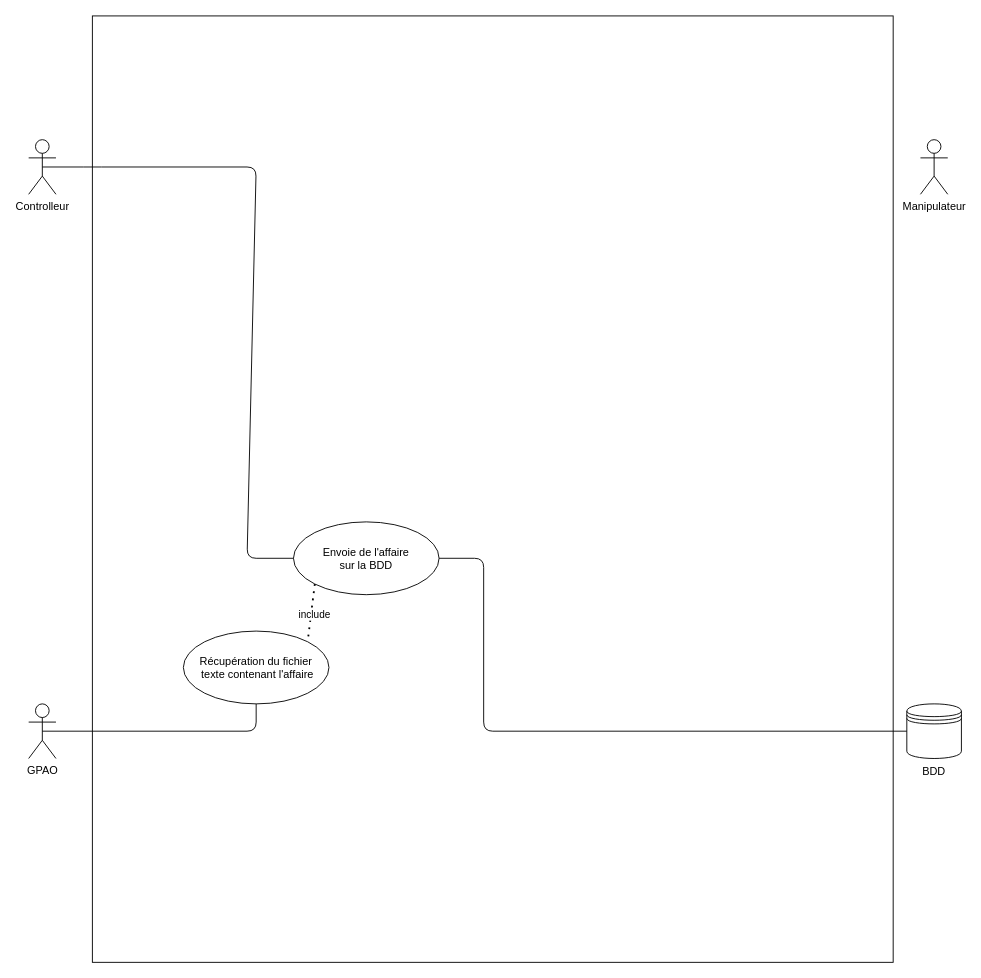
Before: Analyse/Hugo/diagrammeDUtilisationHugo.drawio in MRCThomas/testDeVerinSurBancHydraulique, a draw.io diagram. Source tidied: cells renumbered, new cells numbered last; positions are measured from the earlier drawing's top-left corner, leaving out a move shared by most shapes. Both pictures are drawn from the tidied source at 91%, with x=0, y=0 at pixel (28, 15).
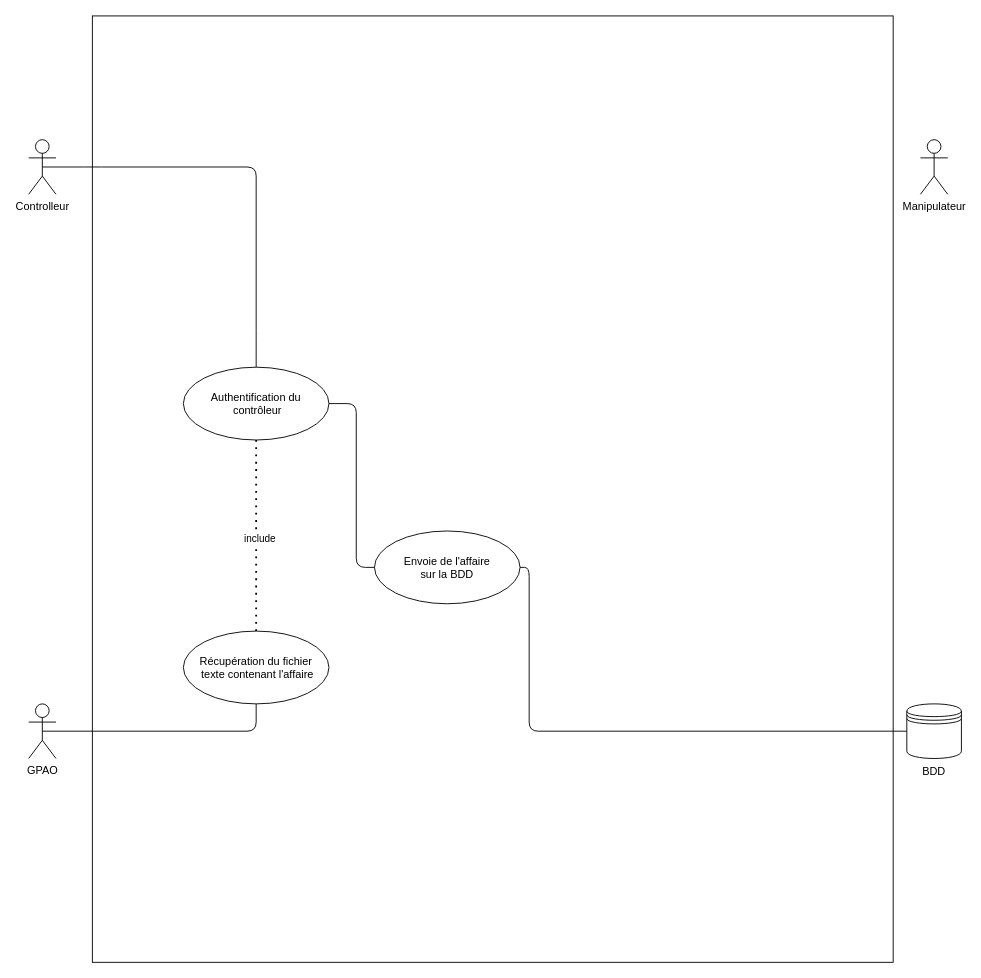
The same diagram, later.

Commit message:
UseCase Perso

Modification d'un cas d'utilisation

The change refers to these unchanged cells:
```xml
<mxCell id="5" value="Controlleur" style="shape=umlActor;html=1;verticalLabelPosition=bottom;verticalAlign=top;align=center;" parent="1" vertex="1">
  <mxGeometry y="136" width="30" height="60" as="geometry" />
</mxCell>
<mxCell id="6" style="shape=datastore;whiteSpace=wrap;html=1;" parent="1" vertex="1">
  <mxGeometry x="965" y="756" width="60" height="60" as="geometry" />
</mxCell>
<mxCell id="9" value="Récupération du fichier&#10; texte contenant l'affaire" style="ellipse;fillColor=none;" parent="1" vertex="1">
  <mxGeometry x="170" y="676" width="160" height="80" as="geometry" />
</mxCell>
```

The edit, as a diff of the source:
```diff
@@
     <mxCell id="10" style="endArrow=none;html=1;exitX=1;exitY=0.5;exitDx=0;exitDy=0;entryX=0;entryY=0.5;entryDx=0;entryDy=0;" parent="1" edge="1" source="13" target="6">
       <mxGeometry relative="1" as="geometry">
         <Array as="points">
-          <mxPoint x="500" y="596" />
-          <mxPoint x="500" y="786" />
+          <mxPoint x="550" y="606" />
+          <mxPoint x="550" y="786" />
         </Array>
       </mxGeometry>
     </mxCell>
-    <mxCell id="11" style="endArrow=none;html=1;exitX=0.5;exitY=0.5;exitDx=0;exitDy=0;exitPerimeter=0;entryX=0;entryY=0.5;entryDx=0;entryDy=0;" parent="1" edge="1" source="5" target="13">
+    <mxCell id="11" style="endArrow=none;html=1;exitX=0.5;exitY=0.5;exitDx=0;exitDy=0;exitPerimeter=0;entryX=0.5;entryY=0;entryDx=0;entryDy=0;" parent="1" edge="1" source="5" target="14">
       <mxGeometry relative="1" as="geometry">
         <Array as="points">
           <mxPoint x="70" y="166" />
           <mxPoint x="250" y="166" />
-          <mxPoint x="240" y="596" />
+          <mxPoint x="250" y="356" />
         </Array>
       </mxGeometry>
     </mxCell>
-    <mxCell id="12" value="include" style="endArrow=none;dashed=1;html=1;dashPattern=1 3;strokeWidth=2;entryX=1;entryY=0;entryDx=0;entryDy=0;exitX=0;exitY=1;exitDx=0;exitDy=0;" parent="1" edge="1" source="13" target="9">
+    <mxCell id="12" value="include" style="endArrow=none;dashed=1;html=1;dashPattern=1 3;strokeWidth=2;entryX=0.5;entryY=0;entryDx=0;entryDy=0;exitX=0.5;exitY=1;exitDx=0;exitDy=0;" parent="1" edge="1" source="14" target="9">
       <mxGeometry x="0.04" y="4" relative="1" as="geometry" />
     </mxCell>
     <mxCell id="13" value="Envoie de l'affaire&#10;sur la BDD" style="ellipse;fillColor=none;" parent="1" vertex="1">
-      <mxGeometry x="291" y="556" width="160" height="80" as="geometry" />
+      <mxGeometry x="380" y="566" width="160" height="80" as="geometry" />
     </mxCell>
+    <mxCell id="14" value="Authentification du&#10; contrôleur" style="ellipse;fillColor=none;" parent="1" vertex="1">
+      <mxGeometry x="170" y="386" width="160" height="80" as="geometry" />
+    </mxCell>
+    <mxCell id="15" style="endArrow=none;html=1;exitX=1;exitY=0.5;exitDx=0;exitDy=0;entryX=0;entryY=0.5;entryDx=0;entryDy=0;" parent="1" edge="1" source="14" target="13">
+      <mxGeometry relative="1" as="geometry">
+        <Array as="points">
+          <mxPoint x="360" y="426" />
+          <mxPoint x="360" y="606" />
+        </Array>
+      </mxGeometry>
+    </mxCell>
```
